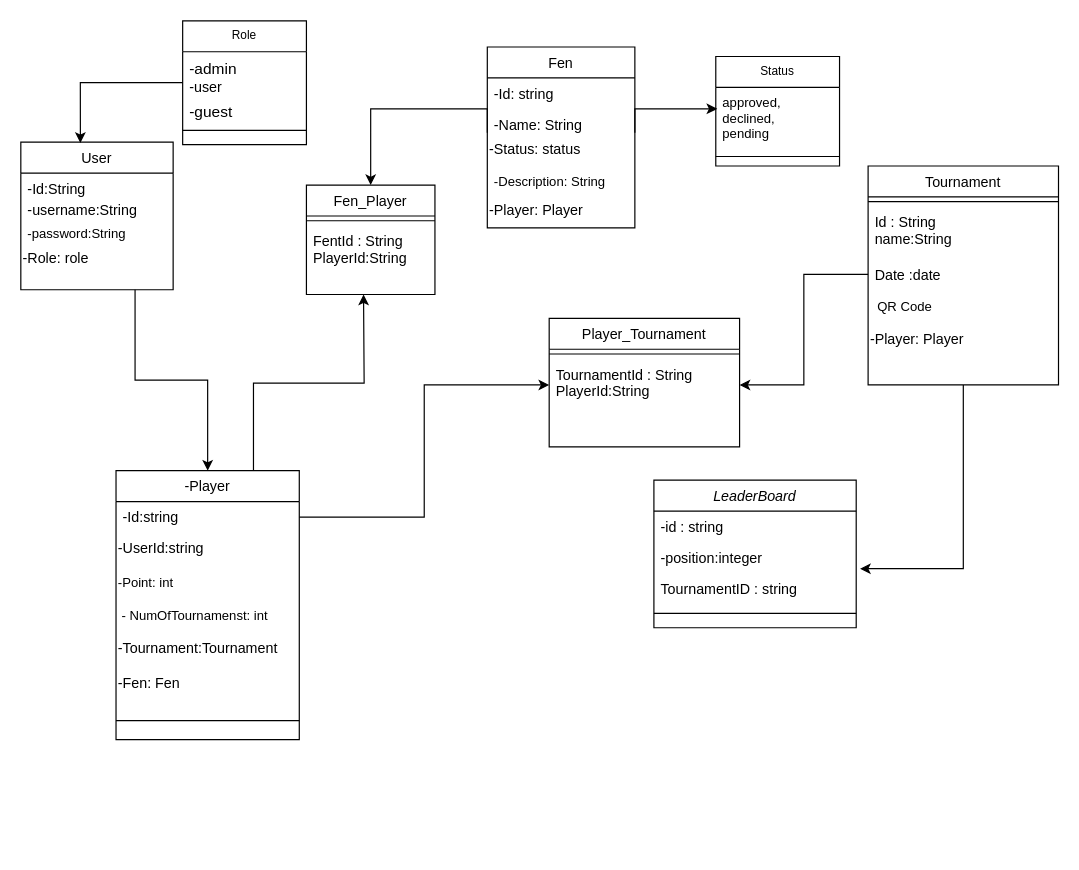
Earlier version of the draw.io diagram chess_UML.drawio (MarijaMitrikeskaa/Chess_Spring). Source tidied: cells renumbered, new cells numbered last; positions are measured from the earlier drawing's top-left corner, leaving out a move shared by most shapes. Both pictures are drawn from the tidied source at 119%, with x=0, y=0 at pixel (20, 20).
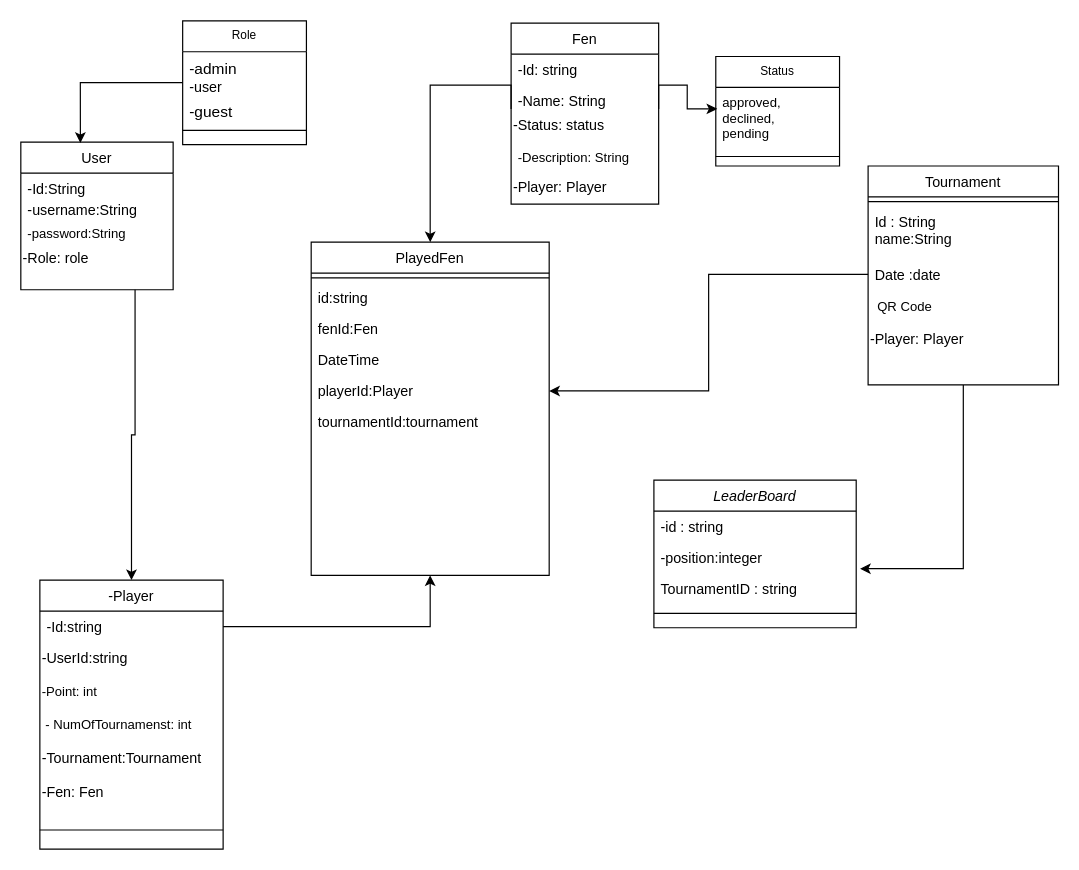
The same page after the edit.

The change refers to these unchanged cells:
```xml
<mxCell id="14" value="-Id:string" style="text;align=left;verticalAlign=top;spacingLeft=4;spacingRight=4;overflow=hidden;points=[[0,0.5],[1,0.5]];portConstraint=eastwest;" parent="13" vertex="1">
  <mxGeometry y="26" width="154" height="26" as="geometry" />
</mxCell>
<mxCell id="40" value="Date :date" style="text;align=left;verticalAlign=top;spacingLeft=4;spacingRight=4;overflow=hidden;points=[[0,0.5],[1,0.5]];portConstraint=eastwest;" parent="37" vertex="1">
  <mxGeometry y="78" width="160" height="26" as="geometry" />
</mxCell>
```

Diff of the diagram source:
```diff
@@
-    <mxCell id="12" style="edgeStyle=orthogonalEdgeStyle;rounded=0;jettySize=auto;html=1;exitX=0.75;exitY=0;exitDx=0;exitDy=0;" parent="1" edge="1" source="13">
-      <mxGeometry relative="1" as="geometry">
-        <mxPoint x="288" y="230" as="targetPoint" />
-      </mxGeometry>
-    </mxCell>
     <mxCell id="13" value="-Player" style="swimlane;fontStyle=0;align=center;verticalAlign=top;horizontal=1;startSize=26;rounded=0;shadow=0;strokeWidth=1;" parent="1" vertex="1">
-      <mxGeometry x="80" y="378" width="154" height="226" as="geometry" />
+      <mxGeometry x="16" y="470" width="154" height="226" as="geometry" />
     </mxCell>
@@
     <mxCell id="27" value="Fen" style="swimlane;fontStyle=0;align=center;verticalAlign=top;horizontal=1;startSize=26;rounded=0;shadow=0;strokeWidth=1;" parent="1" vertex="1">
-      <mxGeometry x="392" y="22" width="124" height="152" as="geometry" />
+      <mxGeometry x="412" y="2" width="124" height="152" as="geometry" />
     </mxCell>
@@
-    <mxCell id="43" value="Player_Tournament&#10;" style="swimlane;fontStyle=0;align=center;verticalAlign=top;horizontal=1;startSize=26;rounded=0;shadow=0;strokeWidth=1;" parent="1" vertex="1">
-      <mxGeometry x="444" y="250" width="160" height="108" as="geometry" />
-    </mxCell>
-    <mxCell id="44" style="line;html=1;strokeWidth=1;align=left;verticalAlign=middle;spacingTop=-1;spacingLeft=3;spacingRight=3;labelPosition=right;" parent="43" vertex="1">
-      <mxGeometry y="26" width="160" height="8" as="geometry" />
-    </mxCell>
-    <mxCell id="45" value="TournamentId : String&#10;PlayerId:String" style="text;align=left;verticalAlign=top;spacingLeft=4;spacingRight=4;overflow=hidden;points=[[0,0.5],[1,0.5]];portConstraint=eastwest;" parent="43" vertex="1">
-      <mxGeometry y="34" width="160" height="44" as="geometry" />
-    </mxCell>
-    <mxCell id="46" style="edgeStyle=orthogonalEdgeStyle;rounded=0;jettySize=auto;html=1;" parent="1" edge="1" source="14" target="45">
+    <mxCell id="46" style="edgeStyle=orthogonalEdgeStyle;rounded=0;jettySize=auto;html=1;entryX=0.5;entryY=1;entryDx=0;entryDy=0;" parent="1" edge="1" source="14" target="47">
       <mxGeometry relative="1" as="geometry" />
     </mxCell>
-    <mxCell id="47" value="Fen_Player" style="swimlane;fontStyle=0;align=center;verticalAlign=top;horizontal=1;startSize=26;rounded=0;shadow=0;strokeWidth=1;" parent="1" vertex="1">
-      <mxGeometry x="240" y="138" width="108" height="92" as="geometry" />
+    <mxCell id="47" value="PlayedFen" style="swimlane;fontStyle=0;align=center;verticalAlign=top;horizontal=1;startSize=26;rounded=0;shadow=0;strokeWidth=1;" parent="1" vertex="1">
+      <mxGeometry x="244" y="186" width="200" height="280" as="geometry" />
     </mxCell>
     <mxCell id="48" style="line;html=1;strokeWidth=1;align=left;verticalAlign=middle;spacingTop=-1;spacingLeft=3;spacingRight=3;labelPosition=right;" parent="47" vertex="1">
-      <mxGeometry y="26" width="108" height="8" as="geometry" />
+      <mxGeometry y="26" width="200" height="8" as="geometry" />
     </mxCell>
-    <mxCell id="49" value="FentId : String&#10;PlayerId:String" style="text;align=left;verticalAlign=top;spacingLeft=4;spacingRight=4;overflow=hidden;" parent="47" vertex="1">
-      <mxGeometry y="34" width="108" height="44" as="geometry" />
+    <mxCell id="49" value="id:string" style="text;align=left;verticalAlign=top;spacingLeft=4;spacingRight=4;overflow=hidden;" parent="47" vertex="1">
+      <mxGeometry y="34" width="200" height="26" as="geometry" />
     </mxCell>
+    <mxCell id="54" value="fenId:Fen" style="text;align=left;verticalAlign=top;spacingLeft=4;spacingRight=4;overflow=hidden;" parent="47" vertex="1">
+      <mxGeometry y="60" width="200" height="26" as="geometry" />
+    </mxCell>
+    <mxCell id="55" value="DateTime" style="text;align=left;verticalAlign=top;spacingLeft=4;spacingRight=4;overflow=hidden;" parent="47" vertex="1">
+      <mxGeometry y="86" width="200" height="26" as="geometry" />
+    </mxCell>
+    <mxCell id="56" value="playerId:Player" style="text;align=left;verticalAlign=top;spacingLeft=4;spacingRight=4;overflow=hidden;points=[[0,0.5],[1,0.5]];portConstraint=eastwest;" parent="47" vertex="1">
+      <mxGeometry y="112" width="200" height="26" as="geometry" />
+    </mxCell>
+    <mxCell id="57" value="tournamentId:tournament" style="text;align=left;verticalAlign=top;spacingLeft=4;spacingRight=4;overflow=hidden;" parent="47" vertex="1">
+      <mxGeometry y="138" width="200" height="26" as="geometry" />
+    </mxCell>
@@
-    <mxCell id="52" style="edgeStyle=orthogonalEdgeStyle;rounded=0;jettySize=auto;html=1;exitX=0;exitY=0.5;exitDx=0;exitDy=0;entryX=1;entryY=0.5;entryDx=0;entryDy=0;" parent="1" edge="1" source="40" target="45">
+    <mxCell id="52" style="edgeStyle=orthogonalEdgeStyle;rounded=0;jettySize=auto;html=1;exitX=0;exitY=0.5;exitDx=0;exitDy=0;entryX=1;entryY=0.5;entryDx=0;entryDy=0;" parent="1" edge="1" source="40" target="56">
       <mxGeometry relative="1" as="geometry" />
     </mxCell>
```
